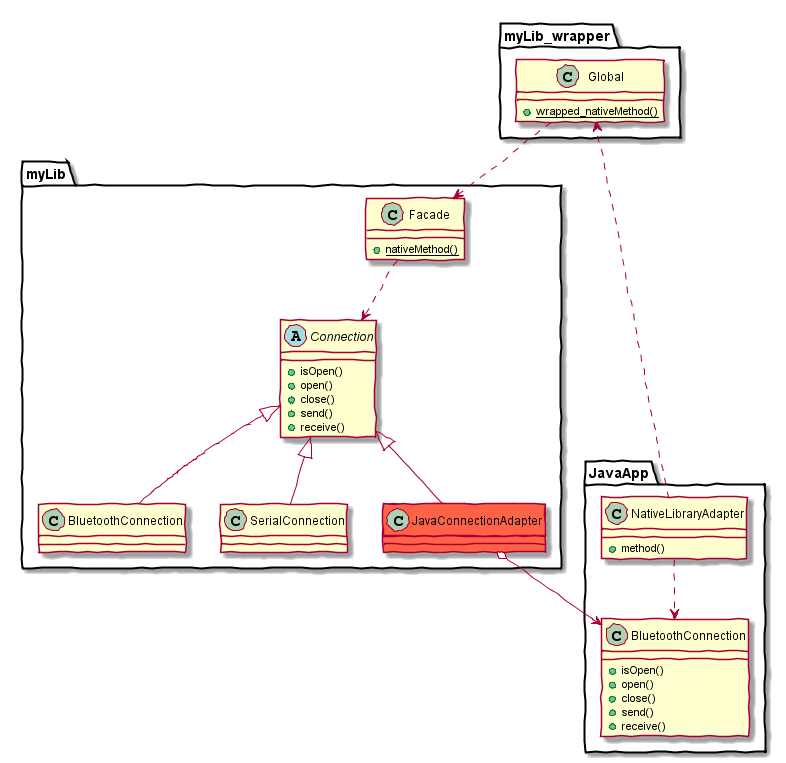
Earlier version of the PlantUML export cpp/img/bluetooth-cpp-android/invoke-class-diagram.png (gzuliani/gzuliani.github.io).
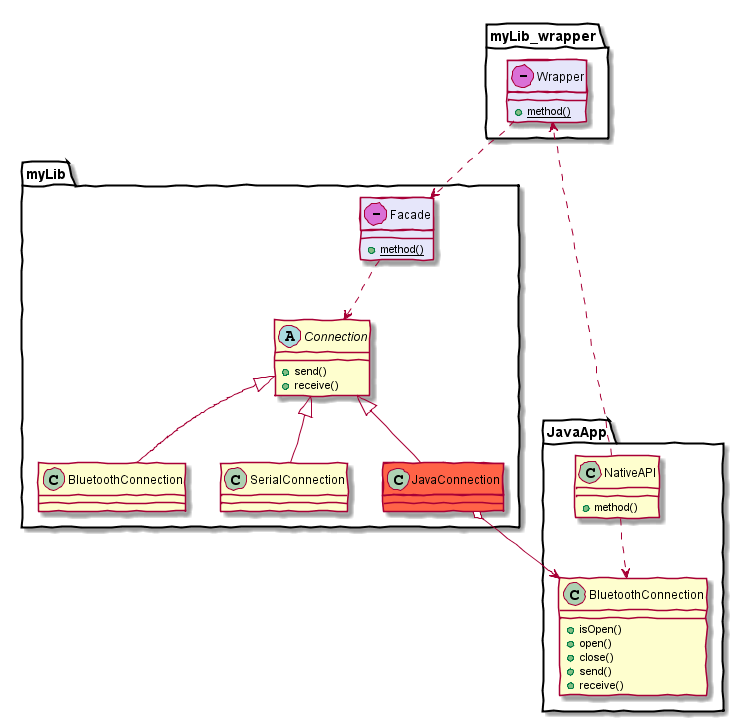
The same file after the commit.

Change to the diagram source:
```diff
@@ -4,37 +4,34 @@
 
 namespace myLib_wrapper {
 
-class Global {
-  {static} +wrapped_nativeMethod()
+class Wrapper << (-,orchid) >> #lavender {
+  {static} +method()
 }
 }
 
 namespace myLib {
 
 abstract class Connection {
-  +isOpen()
-  +open()
-  +close()
   +send()
   +receive()
 }
 
 class BluetoothConnection
 class SerialConnection
-class JavaConnectionAdapter #tomato
+class JavaConnection #tomato
 Connection <|-- BluetoothConnection
 Connection <|-- SerialConnection
-Connection <|-- JavaConnectionAdapter
+Connection <|-- JavaConnection
 
-class Facade {
-  {static} +nativeMethod()
+class Facade << (-,orchid) >> #lavender {
+  {static} +method()
 }
 Facade ..> Connection
 }
 
 namespace JavaApp {
 
-class NativeLibraryAdapter {
+class NativeAPI {
   +method()
 }
 class BluetoothConnection {
@@ -44,11 +41,11 @@
   +send()
   +receive()
 }
-NativeLibraryAdapter ..> BluetoothConnection
+NativeAPI ..> BluetoothConnection
 }
 
-myLib_wrapper.Global ..> myLib.Facade
-myLib.JavaConnectionAdapter o--> JavaApp.BluetoothConnection
-JavaApp.NativeLibraryAdapter ..> myLib_wrapper.Global
+myLib_wrapper.Wrapper ..> myLib.Facade
+myLib.JavaConnection o--> JavaApp.BluetoothConnection
+JavaApp.NativeAPI ..> myLib_wrapper.Wrapper
 
 @enduml
```
